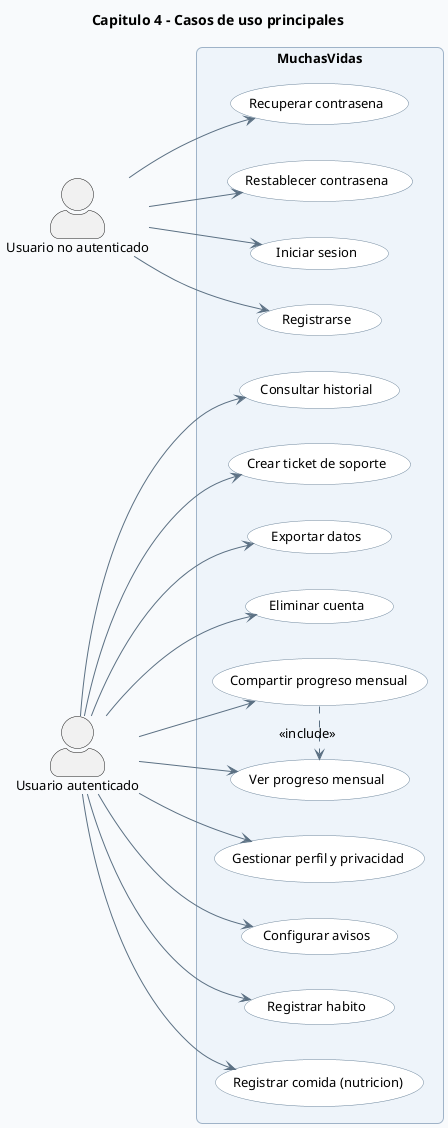
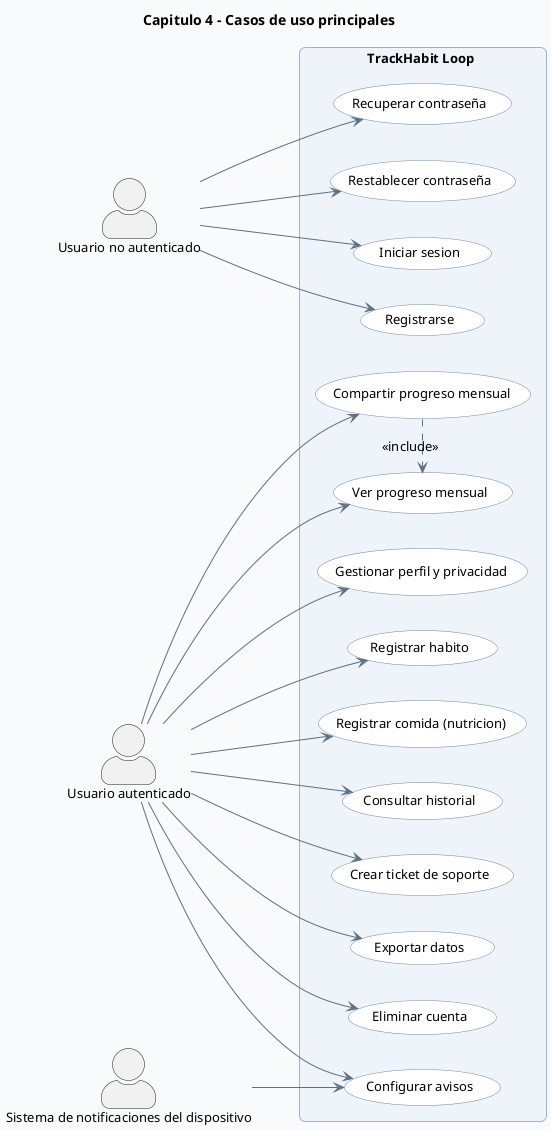
﻿@startuml
' CAP4 - 02 Casos de Uso

skinparam backgroundColor #F8FAFC
skinparam shadowing false
skinparam roundcorner 12
skinparam defaultFontName Segoe UI
skinparam defaultFontSize 13
skinparam ArrowColor #5B7083
skinparam ArrowThickness 1
skinparam packageStyle rectangle
skinparam packageBorderColor #9FB3C8
skinparam packageBackgroundColor #EEF4FA
skinparam usecaseBackgroundColor #FFFFFF
skinparam usecaseBorderColor #6E879D
skinparam actorStyle awesome

title Capitulo 4 - Casos de uso principales

left to right direction

actor "Usuario no autenticado" as A_GUEST
actor "Usuario autenticado" as A_USER
+ actor "Sistema de notificaciones del dispositivo" as A_NOTIFY

- rectangle "MuchasVidas" {
+ rectangle "TrackHabit Loop " {
  usecase "Iniciar sesion" as UC_LOGIN
  usecase "Registrarse" as UC_REGISTER
-   usecase "Recuperar contrasena" as UC_FORGOT
-   usecase "Restablecer contrasena" as UC_RESET
+   usecase "Recuperar contraseña" as UC_FORGOT
+   usecase "Restablecer contraseña" as UC_RESET

  usecase "Gestionar perfil y privacidad" as UC_PROFILE
  usecase "Configurar avisos" as UC_ALERTS

  usecase "Registrar habito" as UC_HABIT_ENTRY
  usecase "Registrar comida (nutricion)" as UC_NUTRITION_ENTRY
  usecase "Consultar historial" as UC_HISTORY
  usecase "Ver progreso mensual" as UC_PROGRESS
  usecase "Compartir progreso mensual" as UC_SHARE_PROGRESS

  usecase "Crear ticket de soporte" as UC_SUPPORT
  usecase "Exportar datos" as UC_EXPORT
  usecase "Eliminar cuenta" as UC_DELETE
}

A_GUEST --> UC_LOGIN
A_GUEST --> UC_REGISTER
A_GUEST --> UC_FORGOT
A_GUEST --> UC_RESET

A_USER --> UC_PROFILE
A_USER --> UC_ALERTS
A_USER --> UC_HABIT_ENTRY
A_USER --> UC_NUTRITION_ENTRY
A_USER --> UC_HISTORY
A_USER --> UC_PROGRESS
A_USER --> UC_SHARE_PROGRESS
A_USER --> UC_SUPPORT
A_USER --> UC_EXPORT
A_USER --> UC_DELETE

+ A_NOTIFY --> UC_ALERTS
+ 
UC_SHARE_PROGRESS .> UC_PROGRESS : <<include>>
@enduml